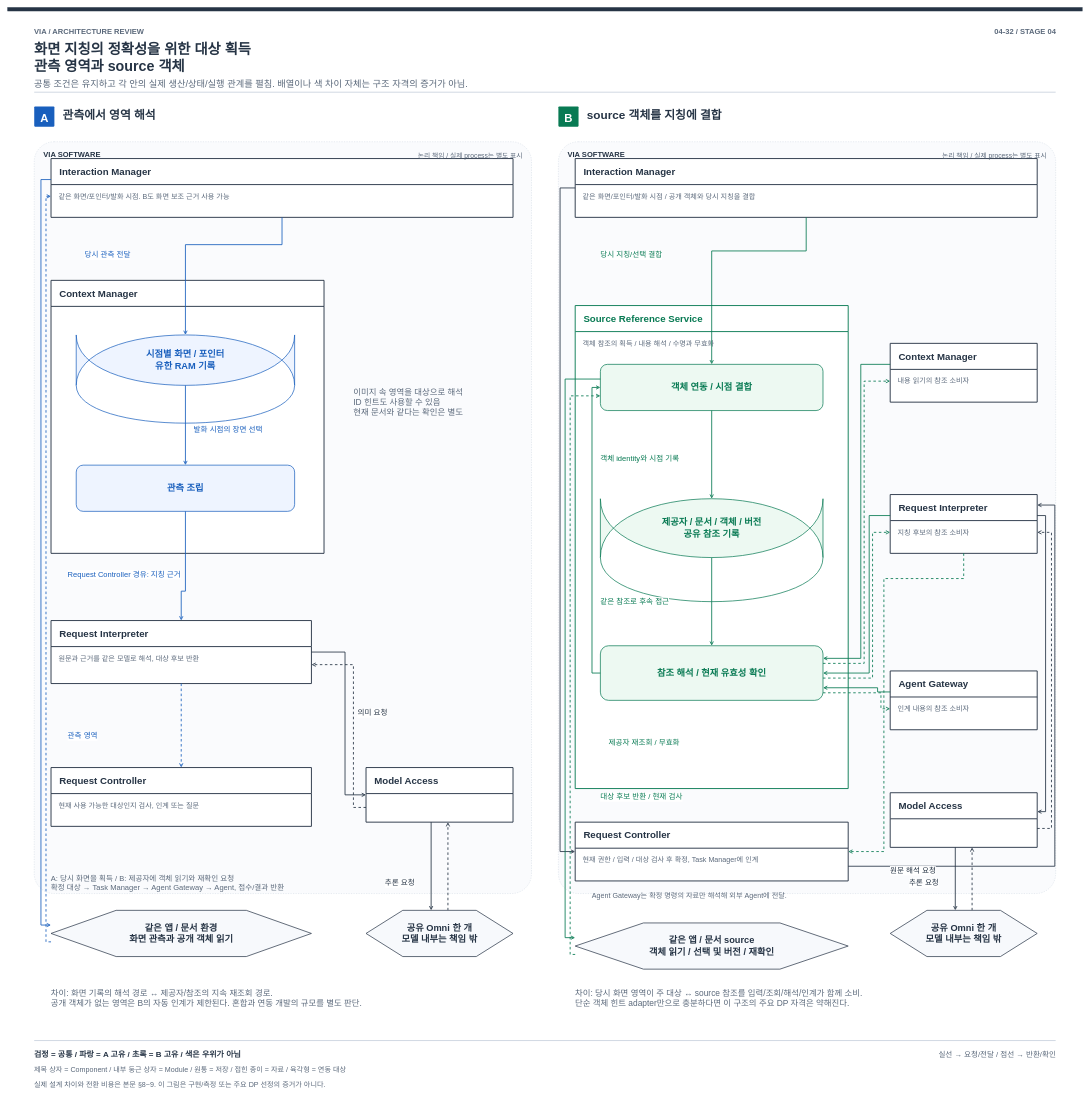
Earlier version of the draw.io diagram docs/architecture/12-decisions/decision-packages/diagrams/choice32-structure.drawio (cbyche/via-sw-architecture). Source tidied: cells renumbered, new cells numbered last; positions are measured from the earlier drawing's top-left corner, leaving out a move shared by most shapes. Both pictures are drawn from the tidied source at 42%, with x=0, y=0 at pixel (7, 7).
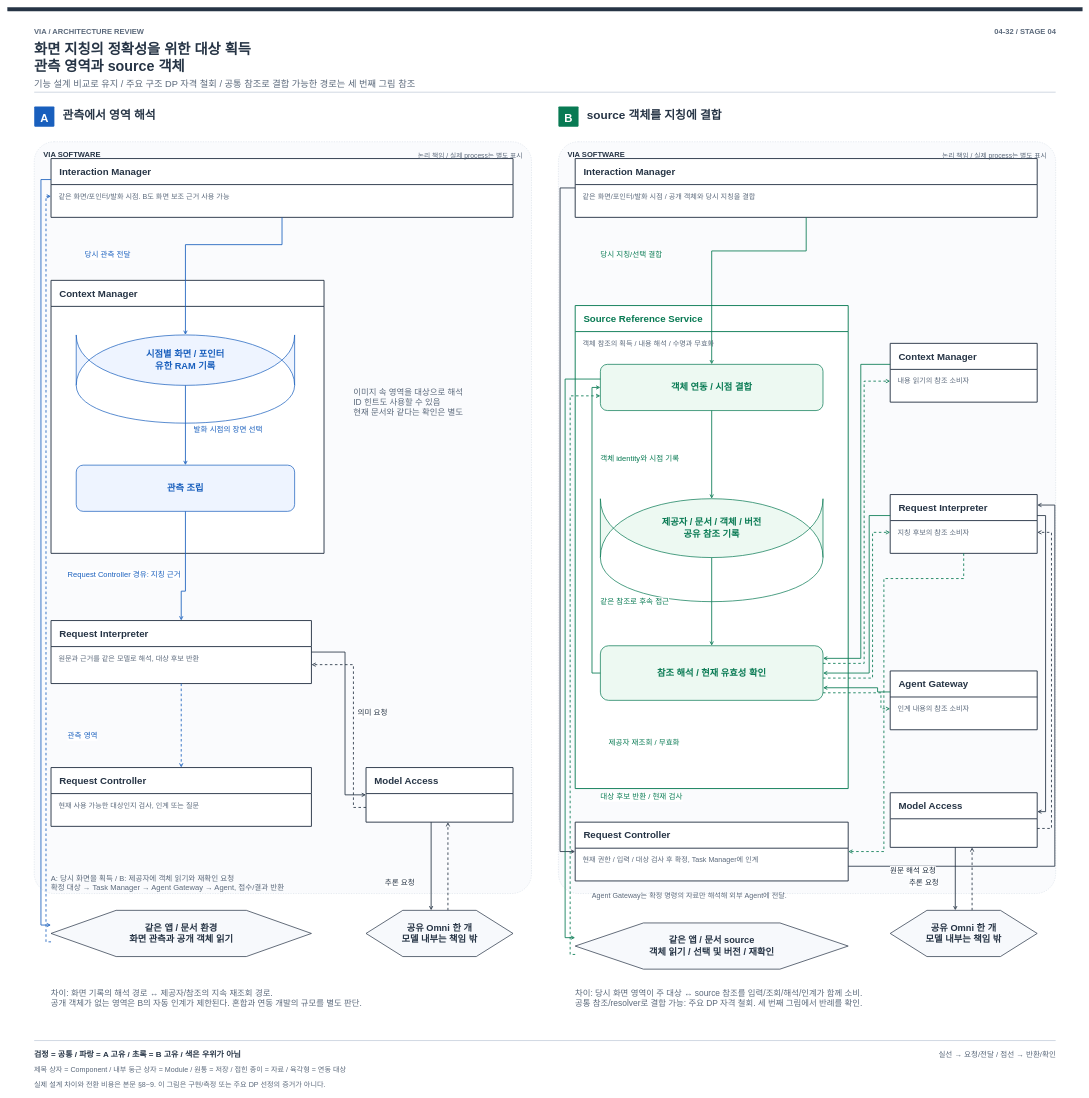
Above is the later version.

The edit, as a diff of the source:
```diff
@@
-    <mxCell id="71" value="공통 조건은 유지하고 각 안의 실제 생산/상태/실행 관계를 펼침. 배열이나 색 차이 자체는 구조 자격의 증거가 아님." style="text;html=1;whiteSpace=nowrap;overflow=visible;strokeColor=none;fillColor=none;labelBackgroundColor=none;fontColor=#5B697B;fontSize=22;fontStyle=0;align=left;verticalAlign=top;spacing=0;" parent="1" vertex="1">
-      <mxGeometry x="64" y="166" width="1270.8" height="35.7" as="geometry" />
+    <mxCell id="71" value="기능 설계 비교로 유지 / 주요 구조 DP 자격 철회 / 공통 참조로 결합 가능한 경로는 세 번째 그림 참조" style="text;html=1;whiteSpace=nowrap;overflow=visible;strokeColor=none;fillColor=none;labelBackgroundColor=none;fontColor=#5B697B;fontSize=22;fontStyle=0;align=left;verticalAlign=top;spacing=0;" parent="1" vertex="1">
+      <mxGeometry x="64" y="166" width="1135.7" height="35.7" as="geometry" />
     </mxCell>
@@
-    <mxCell id="97" value="차이: 당시 화면 영역이 주 대상 ↔ source 참조를 입력/조회/해석/인계가 함께 소비.&lt;br&gt;단순 객체 힌트 adapter만으로 충분하다면 이 구조의 주요 DP 자격은 약해진다." style="text;html=1;whiteSpace=nowrap;overflow=visible;strokeColor=none;fillColor=none;labelBackgroundColor=none;fontColor=#5B697B;fontSize=20;fontStyle=0;align=left;verticalAlign=top;spacing=0;" parent="1" vertex="1">
-      <mxGeometry x="1352" y="2330" width="853.2" height="60" as="geometry" />
+    <mxCell id="97" value="차이: 당시 화면 영역이 주 대상 ↔ source 참조를 입력/조회/해석/인계가 함께 소비.&lt;br&gt;공통 참조/resolver로 결합 가능: 주요 DP 자격 철회. 세 번째 그림에서 반례를 확인." style="text;html=1;whiteSpace=nowrap;overflow=visible;strokeColor=none;fillColor=none;labelBackgroundColor=none;fontColor=#5B697B;fontSize=20;fontStyle=0;align=left;verticalAlign=top;spacing=0;" parent="1" vertex="1">
+      <mxGeometry x="1352" y="2330" width="870.4" height="60" as="geometry" />
     </mxCell>
```
